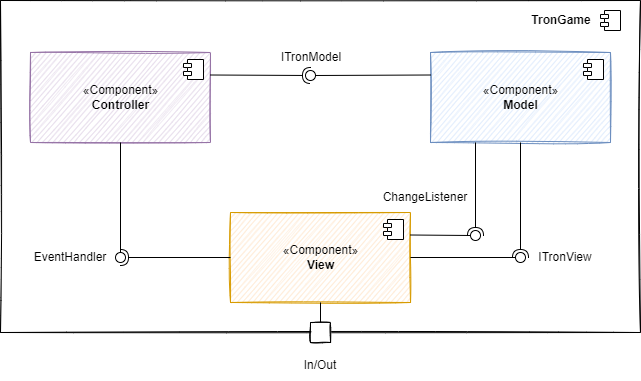
Above: diagrams/bs_layer1.png in sckoenig/Distributed-Tron (draw.io), before the change. Source tidied: cells renumbered, new cells last; positions are measured from the earlier drawing's top-left corner, leaving out a move shared by most shapes.
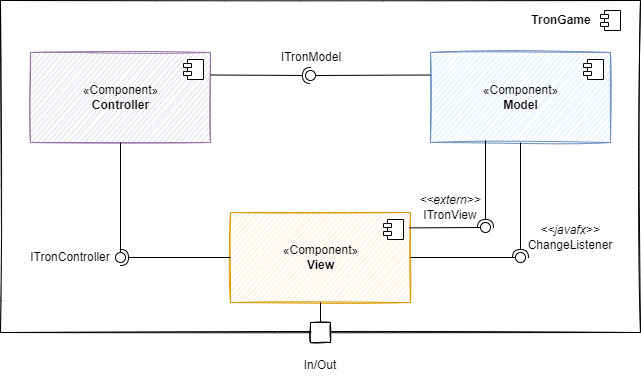
After the commit.

What changed in the source:
```diff
@@ -41,8 +41,8 @@
     <mxCell id="12" value="ITronModel" style="text;html=1;strokeColor=none;fillColor=none;align=center;verticalAlign=middle;whiteSpace=wrap;rounded=0;" parent="1" vertex="1">
       <mxGeometry x="281" y="42" width="60" height="30" as="geometry" />
     </mxCell>
-    <mxCell id="13" value="ITronView" style="text;html=1;strokeColor=none;fillColor=none;align=center;verticalAlign=middle;whiteSpace=wrap;rounded=0;" parent="1" vertex="1">
-      <mxGeometry x="535" y="242" width="60" height="30" as="geometry" />
+    <mxCell id="13" value="&lt;i&gt;&amp;lt;&amp;lt;extern&amp;gt;&amp;gt;&lt;/i&gt;&lt;br&gt;ITronView" style="text;html=1;strokeColor=none;fillColor=none;align=center;verticalAlign=middle;whiteSpace=wrap;rounded=0;" parent="1" vertex="1">
+      <mxGeometry x="420" y="192" width="60" height="30" as="geometry" />
     </mxCell>
     <mxCell id="14" style="whiteSpace=wrap;html=1;fillColor=default;sketch=1;" parent="1" vertex="1">
       <mxGeometry x="310" y="322" width="20" height="20" as="geometry" />
@@ -65,29 +65,31 @@
     <mxCell id="20" style="ellipse;whiteSpace=wrap;html=1;align=center;points=[];outlineConnect=0;sketch=0;fillColor=default;" parent="1" vertex="1">
       <mxGeometry x="115" y="252" width="10" height="10" as="geometry" />
     </mxCell>
-    <mxCell id="21" value="EventHandler" style="text;html=1;strokeColor=none;fillColor=none;align=center;verticalAlign=middle;whiteSpace=wrap;rounded=0;" parent="1" vertex="1">
+    <mxCell id="21" value="ITronController" style="text;html=1;strokeColor=none;fillColor=none;align=center;verticalAlign=middle;whiteSpace=wrap;rounded=0;" parent="1" vertex="1">
       <mxGeometry x="40" y="242" width="60" height="30" as="geometry" />
     </mxCell>
-    <mxCell id="22" style="rounded=0;jettySize=auto;html=1;endArrow=none;endFill=0;sketch=0;sourcePerimeterSpacing=0;targetPerimeterSpacing=0;exitX=1;exitY=0.5;exitDx=0;exitDy=0;" parent="1" edge="1" source="5" target="24">
+    <mxCell id="22" style="rounded=0;jettySize=auto;html=1;endArrow=none;endFill=0;sketch=0;sourcePerimeterSpacing=0;targetPerimeterSpacing=0;exitX=0.994;exitY=0.171;exitDx=0;exitDy=0;exitPerimeter=0;" parent="1" edge="1" source="5" target="24">
       <mxGeometry relative="1" as="geometry" />
     </mxCell>
-    <mxCell id="23" style="rounded=0;jettySize=auto;html=1;endArrow=halfCircle;endFill=0;entryX=0.5;entryY=0.5;endSize=6;strokeWidth=1;sketch=0;exitX=0.5;exitY=1;exitDx=0;exitDy=0;" parent="1" edge="1" source="7" target="24">
-      <mxGeometry relative="1" as="geometry" />
+    <mxCell id="23" style="rounded=0;jettySize=auto;html=1;endArrow=halfCircle;endFill=0;entryX=0.5;entryY=0.5;endSize=6;strokeWidth=1;sketch=0;" parent="1" edge="1" target="24">
+      <mxGeometry relative="1" as="geometry">
+        <mxPoint x="485" y="140" as="sourcePoint" />
+      </mxGeometry>
     </mxCell>
     <mxCell id="24" style="ellipse;whiteSpace=wrap;html=1;align=center;points=[];outlineConnect=0;sketch=0;" parent="1" vertex="1">
-      <mxGeometry x="515" y="252" width="10" height="10" as="geometry" />
+      <mxGeometry x="480" y="222" width="10" height="10" as="geometry" />
     </mxCell>
-    <mxCell id="25" style="rounded=0;jettySize=auto;html=1;endArrow=none;endFill=0;sketch=0;sourcePerimeterSpacing=0;targetPerimeterSpacing=0;exitX=1;exitY=0.25;exitDx=0;exitDy=0;" parent="1" edge="1" source="5" target="27">
+    <mxCell id="25" style="rounded=0;jettySize=auto;html=1;endArrow=none;endFill=0;sketch=0;sourcePerimeterSpacing=0;targetPerimeterSpacing=0;exitX=1;exitY=0.5;exitDx=0;exitDy=0;" parent="1" edge="1" source="5" target="27">
       <mxGeometry relative="1" as="geometry" />
     </mxCell>
-    <mxCell id="26" style="rounded=0;jettySize=auto;html=1;endArrow=halfCircle;endFill=0;entryX=0.5;entryY=0.5;endSize=6;strokeWidth=1;sketch=0;exitX=0.25;exitY=1;exitDx=0;exitDy=0;" parent="1" edge="1" source="7" target="27">
+    <mxCell id="26" style="rounded=0;jettySize=auto;html=1;endArrow=halfCircle;endFill=0;entryX=0.5;entryY=0.5;endSize=6;strokeWidth=1;sketch=0;exitX=0.5;exitY=1;exitDx=0;exitDy=0;" parent="1" edge="1" source="7" target="27">
       <mxGeometry relative="1" as="geometry" />
     </mxCell>
     <mxCell id="27" style="ellipse;whiteSpace=wrap;html=1;align=center;points=[];outlineConnect=0;sketch=0;" parent="1" vertex="1">
-      <mxGeometry x="470" y="230" width="10" height="10" as="geometry" />
+      <mxGeometry x="515" y="252" width="10" height="10" as="geometry" />
     </mxCell>
-    <mxCell id="28" value="ChangeListener" style="text;html=1;strokeColor=none;fillColor=none;align=center;verticalAlign=middle;whiteSpace=wrap;rounded=0;" parent="1" vertex="1">
-      <mxGeometry x="395" y="182" width="60" height="30" as="geometry" />
+    <mxCell id="28" value="&lt;i&gt;&amp;lt;&amp;lt;javafx&amp;gt;&amp;gt;&lt;/i&gt;&lt;br&gt;ChangeListener" style="text;html=1;strokeColor=none;fillColor=none;align=center;verticalAlign=middle;whiteSpace=wrap;rounded=0;" parent="1" vertex="1">
+      <mxGeometry x="540" y="222" width="60" height="30" as="geometry" />
     </mxCell>
     <mxCell id="29" style="shape=module;jettyWidth=8;jettyHeight=4;" parent="1" vertex="1">
       <mxGeometry x="600" y="10" width="20" height="20" as="geometry" />
```
